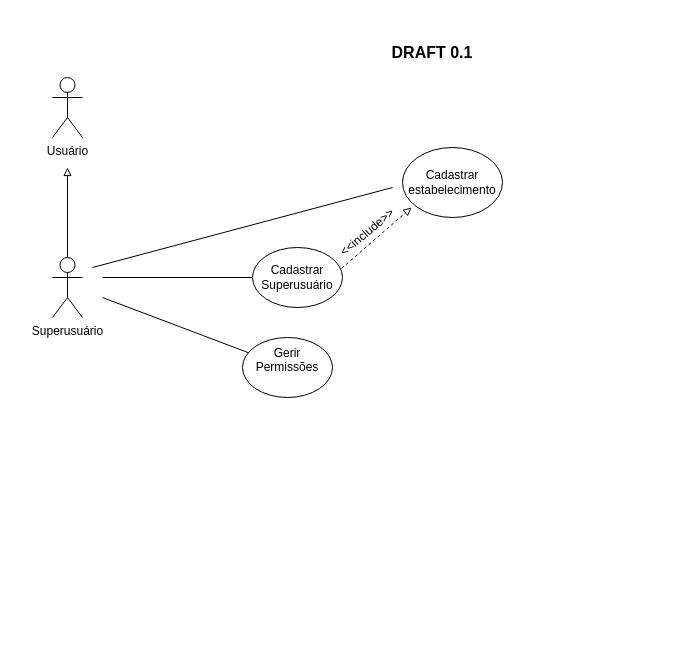
This is Docs/UML/UC/Use Case.drawio from gprpaes/IC819, a draw.io file, before an edit. Source tidied: cells renumbered, new cells numbered last; positions are measured from the earlier drawing's top-left corner, leaving out a move shared by most shapes. Both pictures are drawn from the tidied source at 100%, with x=0, y=0 at pixel (52, 37).
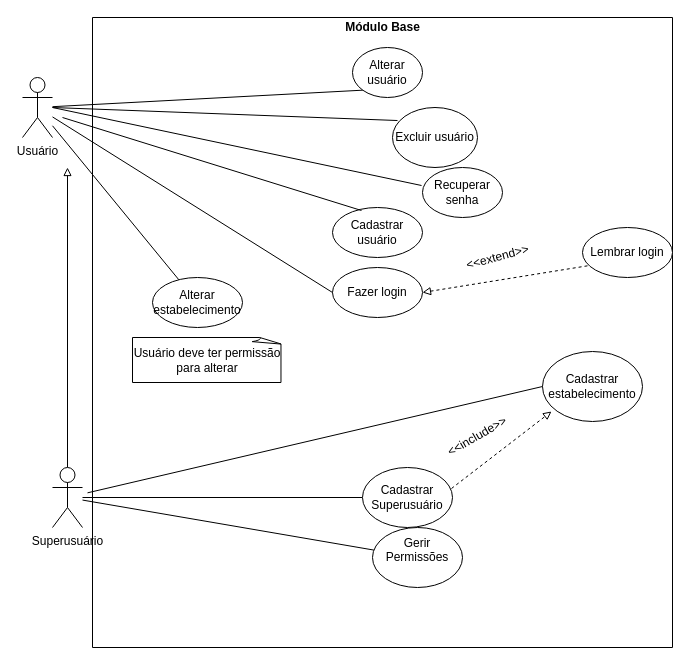
Above is the later version.

Commit message (it also covers changes not shown here):
Added Basic module UC

Diff of the diagram source:
```diff
@@
+    <mxCell id="14" style="verticalLabelPosition=bottom;verticalAlign=top;html=1;shape=mxgraph.basic.rect;fillColor2=none;strokeWidth=1;size=20;indent=5;fillColor=none;" parent="1" vertex="1">
+      <mxGeometry x="40" y="-20" width="580" height="630" as="geometry" />
+    </mxCell>
@@
     <mxCell id="3" value="Superusuário" style="shape=umlActor;verticalLabelPosition=bottom;verticalAlign=top;html=1;labelBackgroundColor=none;align=center;" parent="1" vertex="1">
-      <mxGeometry y="220" width="30" height="60" as="geometry" />
+      <mxGeometry y="430" width="30" height="60" as="geometry" />
     </mxCell>
     <mxCell id="4" value="&lt;div&gt;Usuário&lt;/div&gt;&lt;div&gt;&lt;br&gt;&lt;/div&gt;" style="shape=umlActor;verticalLabelPosition=bottom;verticalAlign=top;html=1;align=center;labelPosition=center;labelBackgroundColor=none;labelBorderColor=none;" parent="1" vertex="1">
-      <mxGeometry y="40" width="30" height="60" as="geometry" />
+      <mxGeometry x="-30" y="40" width="30" height="60" as="geometry" />
     </mxCell>
-    <mxCell id="5" style="edgeStyle=orthogonalEdgeStyle;rounded=0;jettySize=auto;html=1;endArrow=none;endFill=0;" parent="1" edge="1" source="6">
-      <mxGeometry relative="1" as="geometry">
-        <mxPoint x="50" y="240" as="targetPoint" />
-      </mxGeometry>
+    <mxCell id="5" style="edgeStyle=orthogonalEdgeStyle;rounded=0;jettySize=auto;html=1;endArrow=none;endFill=0;" parent="1" edge="1" source="6" target="3">
+      <mxGeometry relative="1" as="geometry" />
     </mxCell>
     <mxCell id="6" value="Cadastrar Superusuário" style="ellipse;whiteSpace=wrap;html=1;labelBackgroundColor=none;align=center;" parent="1" vertex="1">
-      <mxGeometry x="200" y="210" width="90" height="60" as="geometry" />
+      <mxGeometry x="310" y="430" width="90" height="60" as="geometry" />
     </mxCell>
     <mxCell id="7" value="&lt;div&gt;Gerir Permissões&lt;/div&gt;&lt;div&gt;&lt;br&gt;&lt;/div&gt;" style="ellipse;whiteSpace=wrap;html=1;labelBackgroundColor=none;align=center;" parent="1" vertex="1">
-      <mxGeometry x="190" y="300" width="90" height="60" as="geometry" />
+      <mxGeometry x="320" y="490" width="90" height="60" as="geometry" />
     </mxCell>
-    <mxCell id="8" value="&lt;font style=&quot;font-size: 16px&quot;&gt;&lt;b&gt;DRAFT 0.1&lt;/b&gt;&lt;/font&gt;" style="text;html=1;strokeColor=none;fillColor=none;align=center;verticalAlign=middle;whiteSpace=wrap;rounded=0;labelBackgroundColor=none;" parent="1" vertex="1">
-      <mxGeometry x="320" width="120" height="30" as="geometry" />
-    </mxCell>
-    <mxCell id="9" style="endArrow=none;html=1;strokeColor=#000000;" parent="1" edge="1" source="7">
-      <mxGeometry relative="1" as="geometry">
-        <mxPoint x="50" y="260" as="targetPoint" />
-      </mxGeometry>
+    <mxCell id="9" style="endArrow=none;html=1;strokeColor=#000000;" parent="1" edge="1" source="7" target="3">
+      <mxGeometry relative="1" as="geometry" />
     </mxCell>
     <mxCell id="10" value="Cadastrar estabelecimento" style="ellipse;whiteSpace=wrap;html=1;labelBackgroundColor=none;align=center;" parent="1" vertex="1">
-      <mxGeometry x="350" y="110" width="100" height="70" as="geometry" />
+      <mxGeometry x="490" y="314" width="100" height="70" as="geometry" />
     </mxCell>
-    <mxCell id="11" style="endArrow=none;html=1;strokeColor=#000000;" parent="1" edge="1">
-      <mxGeometry relative="1" as="geometry">
-        <mxPoint x="40" y="230" as="sourcePoint" />
-        <mxPoint x="340" y="150" as="targetPoint" />
-      </mxGeometry>
+    <mxCell id="11" style="endArrow=none;html=1;strokeColor=#000000;sourcePerimeterSpacing=5;targetPerimeterSpacing=5;entryX=0;entryY=0.5;entryDx=0;entryDy=0;" parent="1" edge="1" source="3" target="10">
+      <mxGeometry relative="1" as="geometry" />
     </mxCell>
@@
-    <mxCell id="13" value="&amp;lt;&amp;lt;include&amp;gt;&amp;gt;" style="text;html=1;strokeColor=none;fillColor=none;align=center;verticalAlign=middle;whiteSpace=wrap;rounded=0;labelBackgroundColor=none;rotation=-40;" parent="1" vertex="1">
-      <mxGeometry x="290" y="190" width="50" height="10" as="geometry" />
+    <mxCell id="13" value="&amp;lt;&amp;lt;include&amp;gt;&amp;gt;" style="text;html=1;strokeColor=none;fillColor=none;align=center;verticalAlign=middle;whiteSpace=wrap;rounded=0;labelBackgroundColor=none;rotation=-30;" parent="1" vertex="1">
+      <mxGeometry x="400" y="384" width="50" height="30" as="geometry" />
     </mxCell>
+    <mxCell id="15" value="Cadastrar usuário" style="ellipse;whiteSpace=wrap;html=1;" parent="1" vertex="1">
+      <mxGeometry x="280" y="170" width="90" height="50" as="geometry" />
+    </mxCell>
+    <mxCell id="16" value="Fazer login" style="ellipse;whiteSpace=wrap;html=1;" parent="1" vertex="1">
+      <mxGeometry x="280" y="230" width="90" height="50" as="geometry" />
+    </mxCell>
+    <mxCell id="17" style="endArrow=none;html=1;entryX=0;entryY=0.5;entryDx=0;entryDy=0;" parent="1" edge="1" source="4" target="16">
+      <mxGeometry relative="1" as="geometry" />
+    </mxCell>
+    <mxCell id="18" value="Lembrar login" style="ellipse;whiteSpace=wrap;html=1;" parent="1" vertex="1">
+      <mxGeometry x="530" y="190" width="90" height="50" as="geometry" />
+    </mxCell>
+    <mxCell id="19" style="endArrow=none;dashed=1;html=1;exitX=1;exitY=0.5;exitDx=0;exitDy=0;entryX=0.078;entryY=0.76;entryDx=0;entryDy=0;entryPerimeter=0;endFill=0;startArrow=block;startFill=0;" parent="1" edge="1" source="16" target="18">
+      <mxGeometry relative="1" as="geometry" />
+    </mxCell>
+    <mxCell id="20" value="&amp;lt;&amp;lt;extend&amp;gt;&amp;gt;" style="text;html=1;align=center;verticalAlign=middle;rotation=-15;" parent="1" vertex="1">
+      <mxGeometry x="405" y="210" width="80" height="20" as="geometry" />
+    </mxCell>
+    <mxCell id="21" value="&lt;div&gt;Alterar usuário&lt;/div&gt;" style="ellipse;whiteSpace=wrap;html=1;" parent="1" vertex="1">
+      <mxGeometry x="300" y="10" width="70" height="50" as="geometry" />
+    </mxCell>
+    <mxCell id="22" value="Excluir usuário" style="ellipse;whiteSpace=wrap;html=1;" parent="1" vertex="1">
+      <mxGeometry x="340" y="70" width="85" height="60" as="geometry" />
+    </mxCell>
+    <mxCell id="23" style="endArrow=none;html=1;entryX=0.059;entryY=0.217;entryDx=0;entryDy=0;entryPerimeter=0;" parent="1" edge="1" target="22">
+      <mxGeometry relative="1" as="geometry">
+        <mxPoint y="70" as="sourcePoint" />
+      </mxGeometry>
+    </mxCell>
+    <mxCell id="24" style="endArrow=none;html=1;entryX=0;entryY=1;entryDx=0;entryDy=0;" parent="1" edge="1" source="4" target="21">
+      <mxGeometry relative="1" as="geometry" />
+    </mxCell>
+    <mxCell id="25" style="endArrow=none;html=1;entryX=0.322;entryY=0.06;entryDx=0;entryDy=0;entryPerimeter=0;" parent="1" edge="1" target="15">
+      <mxGeometry relative="1" as="geometry">
+        <mxPoint x="10" y="80" as="sourcePoint" />
+      </mxGeometry>
+    </mxCell>
+    <mxCell id="26" value="Recuperar senha" style="ellipse;whiteSpace=wrap;html=1;" parent="1" vertex="1">
+      <mxGeometry x="370" y="130" width="80" height="50" as="geometry" />
+    </mxCell>
+    <mxCell id="27" style="endArrow=none;html=1;entryX=-0.012;entryY=0.36;entryDx=0;entryDy=0;entryPerimeter=0;" parent="1" edge="1" target="26">
+      <mxGeometry relative="1" as="geometry">
+        <mxPoint y="70" as="sourcePoint" />
+      </mxGeometry>
+    </mxCell>
+    <mxCell id="28" value="Alterar estabelecimento" style="ellipse;whiteSpace=wrap;html=1;" parent="1" vertex="1">
+      <mxGeometry x="100" y="240" width="90" height="50" as="geometry" />
+    </mxCell>
+    <mxCell id="29" style="endArrow=none;html=1;" parent="1" edge="1" source="4" target="28">
+      <mxGeometry relative="1" as="geometry" />
+    </mxCell>
+    <mxCell id="30" value="Usuário deve ter permissão para alterar" style="whiteSpace=wrap;html=1;shape=mxgraph.basic.document;" parent="1" vertex="1">
+      <mxGeometry x="80" y="300" width="150" height="45" as="geometry" />
+    </mxCell>
+    <mxCell id="31" value="&lt;b&gt;Módulo Base&lt;br&gt;&lt;/b&gt;" style="text;html=1;align=center;verticalAlign=middle;" parent="1" vertex="1">
+      <mxGeometry x="285" y="-20" width="90" height="20" as="geometry" />
+    </mxCell>
```
